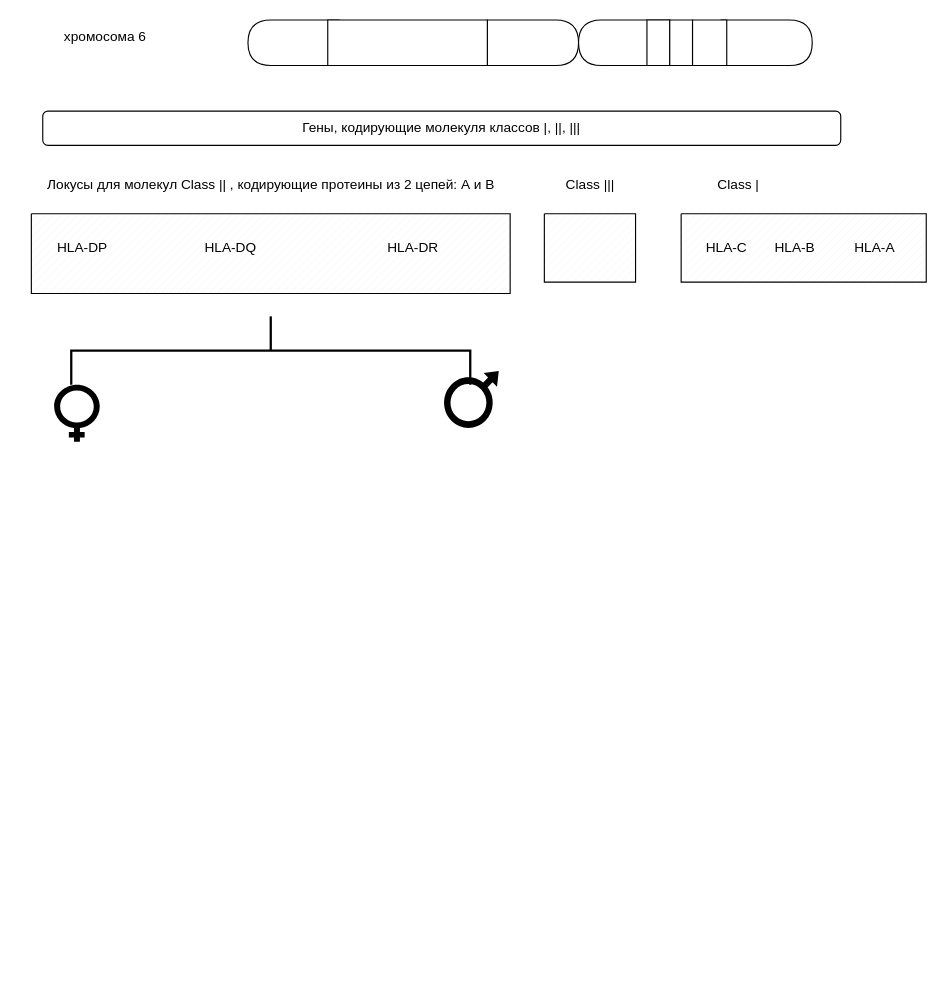
This is HLA-cells.drawio from lissa3/menubar, a draw.io file, before an edit. Source tidied: cells renumbered, new cells numbered last; positions are measured from the earlier drawing's top-left corner, leaving out a move shared by most shapes. Both pictures are drawn from the tidied source at 114%, with x=0, y=0 at pixel (31, 19).
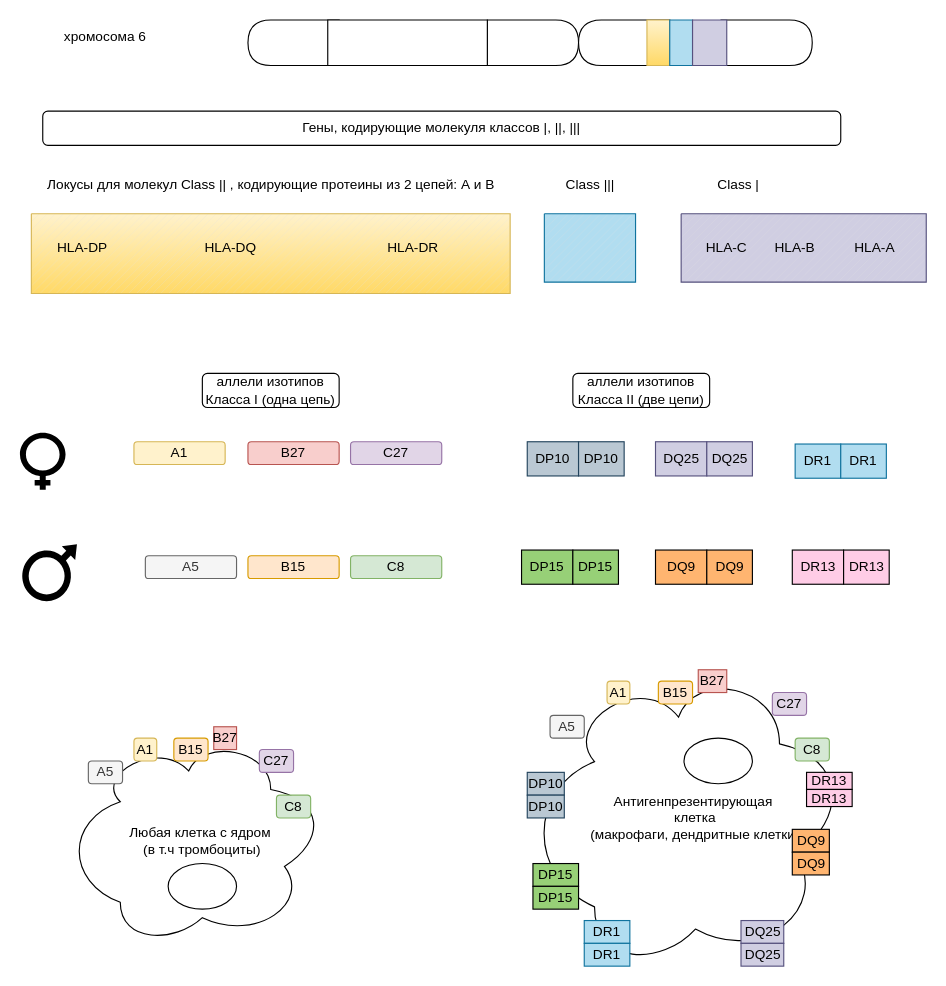
Above is the later version.

Diff of the diagram source:
```diff
@@
-    <mxCell id="2" style="verticalLabelPosition=bottom;verticalAlign=top;html=1;shape=mxgraph.basic.patternFillRect;fillStyle=diag;step=5;fillStrokeWidth=0.2;fillStrokeColor=#dddddd;" parent="1" vertex="1">
+    <mxCell id="2" style="verticalLabelPosition=bottom;verticalAlign=top;html=1;shape=mxgraph.basic.patternFillRect;fillStyle=diag;step=5;fillStrokeWidth=0.2;fillStrokeColor=#dddddd;fillColor=#fff2cc;gradientColor=#ffd966;strokeColor=#d6b656;" parent="1" vertex="1">
       <mxGeometry y="170" width="420" height="70" as="geometry" />
     </mxCell>
-    <mxCell id="3" style="verticalLabelPosition=bottom;verticalAlign=top;html=1;shape=mxgraph.basic.patternFillRect;fillStyle=diag;step=5;fillStrokeWidth=0.2;fillStrokeColor=#dddddd;" parent="1" vertex="1">
+    <mxCell id="3" style="verticalLabelPosition=bottom;verticalAlign=top;html=1;shape=mxgraph.basic.patternFillRect;fillStyle=diag;step=5;fillStrokeWidth=0.2;fillStrokeColor=#dddddd;fillColor=#b1ddf0;strokeColor=#10739e;" parent="1" vertex="1">
       <mxGeometry x="450" y="170" width="80" height="60" as="geometry" />
     </mxCell>
-    <mxCell id="4" style="verticalLabelPosition=bottom;verticalAlign=top;html=1;shape=mxgraph.basic.patternFillRect;fillStyle=diag;step=5;fillStrokeWidth=0.2;fillStrokeColor=#dddddd;" parent="1" vertex="1">
+    <mxCell id="4" style="verticalLabelPosition=bottom;verticalAlign=top;html=1;shape=mxgraph.basic.patternFillRect;fillStyle=diag;step=5;fillStrokeWidth=0.2;fillStrokeColor=#dddddd;fillColor=#d0cee2;strokeColor=#56517e;" parent="1" vertex="1">
       <mxGeometry x="570" y="170" width="215" height="60" as="geometry" />
     </mxCell>
@@
-    <mxCell id="21" style="verticalLabelPosition=bottom;verticalAlign=top;html=1;shape=mxgraph.basic.rect;fillColor2=none;strokeWidth=1;size=20;indent=5;" parent="1" vertex="1">
+    <mxCell id="21" style="verticalLabelPosition=bottom;verticalAlign=top;html=1;shape=mxgraph.basic.rect;fillColor2=none;strokeWidth=1;size=20;indent=5;fillColor=#fff2cc;gradientColor=#ffd966;strokeColor=#d6b656;" parent="1" vertex="1">
       <mxGeometry x="540" width="20" height="40" as="geometry" />
     </mxCell>
-    <mxCell id="22" style="verticalLabelPosition=bottom;verticalAlign=top;html=1;shape=mxgraph.basic.rect;fillColor2=none;strokeWidth=1;size=20;indent=5;" parent="1" vertex="1">
+    <mxCell id="22" style="verticalLabelPosition=bottom;verticalAlign=top;html=1;shape=mxgraph.basic.rect;fillColor2=none;strokeWidth=1;size=20;indent=5;fillColor=#b1ddf0;strokeColor=#10739e;" parent="1" vertex="1">
       <mxGeometry x="560" width="20" height="40" as="geometry" />
     </mxCell>
-    <mxCell id="23" style="verticalLabelPosition=bottom;verticalAlign=top;html=1;shape=mxgraph.basic.rect;fillColor2=none;strokeWidth=1;size=20;indent=5;" parent="1" vertex="1">
+    <mxCell id="23" style="verticalLabelPosition=bottom;verticalAlign=top;html=1;shape=mxgraph.basic.rect;fillColor2=none;strokeWidth=1;size=20;indent=5;fillColor=#d0cee2;strokeColor=#56517e;" parent="1" vertex="1">
       <mxGeometry x="580" width="30" height="40" as="geometry" />
     </mxCell>
-    <mxCell id="24" style="strokeWidth=2;html=1;shape=mxgraph.flowchart.annotation_2;align=left;labelPosition=right;direction=south;" parent="1" vertex="1">
-      <mxGeometry x="35" y="260" width="350" height="60" as="geometry" />
-    </mxCell>
     <mxCell id="25" style="shape=mxgraph.signs.people.female;html=1;fillColor=#000000;strokeColor=none;verticalLabelPosition=bottom;verticalAlign=top;align=center;" parent="1" vertex="1">
-      <mxGeometry x="20" y="320" width="40" height="50" as="geometry" />
+      <mxGeometry x="-10" y="362" width="40" height="50" as="geometry" />
     </mxCell>
     <mxCell id="26" style="shape=mxgraph.signs.people.male;html=1;fillColor=#000000;strokeColor=none;verticalLabelPosition=bottom;verticalAlign=top;align=center;" parent="1" vertex="1">
-      <mxGeometry x="360" y="308" width="50" height="52" as="geometry" />
+      <mxGeometry x="-10" y="460" width="50" height="52" as="geometry" />
     </mxCell>
+    <mxCell id="27" value="A1" style="rounded=1;whiteSpace=wrap;html=1;fillColor=#fff2cc;strokeColor=#d6b656;" parent="1" vertex="1">
+      <mxGeometry x="90" y="370" width="80" height="20" as="geometry" />
+    </mxCell>
+    <mxCell id="28" value="B27" style="rounded=1;whiteSpace=wrap;html=1;fillColor=#f8cecc;strokeColor=#b85450;" parent="1" vertex="1">
+      <mxGeometry x="190" y="370" width="80" height="20" as="geometry" />
+    </mxCell>
+    <mxCell id="29" value="C27" style="rounded=1;whiteSpace=wrap;html=1;fillColor=#e1d5e7;strokeColor=#9673a6;" parent="1" vertex="1">
+      <mxGeometry x="280" y="370" width="80" height="20" as="geometry" />
+    </mxCell>
+    <mxCell id="30" value="C8" style="rounded=1;whiteSpace=wrap;html=1;fillColor=#d5e8d4;strokeColor=#82b366;" parent="1" vertex="1">
+      <mxGeometry x="280" y="470" width="80" height="20" as="geometry" />
+    </mxCell>
+    <mxCell id="31" value="B15" style="rounded=1;whiteSpace=wrap;html=1;fillColor=#ffe6cc;strokeColor=#d79b00;" parent="1" vertex="1">
+      <mxGeometry x="190" y="470" width="80" height="20" as="geometry" />
+    </mxCell>
+    <mxCell id="32" value="A5" style="rounded=1;whiteSpace=wrap;html=1;fillColor=#f5f5f5;fontColor=#333333;strokeColor=#666666;" parent="1" vertex="1">
+      <mxGeometry x="100" y="470" width="80" height="20" as="geometry" />
+    </mxCell>
+    <mxCell id="33" value="аллели изотипов Класса I (одна цепь)" style="rounded=1;whiteSpace=wrap;html=1;" parent="1" vertex="1">
+      <mxGeometry x="150" y="310" width="120" height="30" as="geometry" />
+    </mxCell>
+    <mxCell id="34" value="DQ25" style="rounded=0;whiteSpace=wrap;html=1;fillColor=#d0cee2;strokeColor=#56517e;" parent="1" vertex="1">
+      <mxGeometry x="547.5" y="370" width="45" height="30" as="geometry" />
+    </mxCell>
+    <mxCell id="35" value="DQ25" style="rounded=0;whiteSpace=wrap;html=1;fillColor=#d0cee2;strokeColor=#56517e;" parent="1" vertex="1">
+      <mxGeometry x="592.5" y="370" width="40" height="30" as="geometry" />
+    </mxCell>
+    <mxCell id="36" value="DR1" style="rounded=0;whiteSpace=wrap;html=1;fillColor=#b1ddf0;strokeColor=#10739e;" parent="1" vertex="1">
+      <mxGeometry x="670" y="372" width="40" height="30" as="geometry" />
+    </mxCell>
+    <mxCell id="37" value="DR1" style="rounded=0;whiteSpace=wrap;html=1;fillColor=#b1ddf0;strokeColor=#10739e;" parent="1" vertex="1">
+      <mxGeometry x="710" y="372" width="40" height="30" as="geometry" />
+    </mxCell>
+    <mxCell id="38" value="DP10" style="rounded=0;whiteSpace=wrap;html=1;fillColor=#bac8d3;strokeColor=#23445d;" parent="1" vertex="1">
+      <mxGeometry x="435" y="370" width="45" height="30" as="geometry" />
+    </mxCell>
+    <mxCell id="39" value="DP10" style="rounded=0;whiteSpace=wrap;html=1;fillColor=#bac8d3;strokeColor=#23445d;" parent="1" vertex="1">
+      <mxGeometry x="480" y="370" width="40" height="30" as="geometry" />
+    </mxCell>
+    <mxCell id="40" value="DP15" style="rounded=0;whiteSpace=wrap;html=1;fillColor=#97D077;" parent="1" vertex="1">
+      <mxGeometry x="430" y="465" width="45" height="30" as="geometry" />
+    </mxCell>
+    <mxCell id="41" value="DP15" style="rounded=0;whiteSpace=wrap;html=1;fillColor=#97D077;" parent="1" vertex="1">
+      <mxGeometry x="475" y="465" width="40" height="30" as="geometry" />
+    </mxCell>
+    <mxCell id="42" value="DQ9" style="rounded=0;whiteSpace=wrap;html=1;fillColor=#FFB570;" parent="1" vertex="1">
+      <mxGeometry x="547.5" y="465" width="45" height="30" as="geometry" />
+    </mxCell>
+    <mxCell id="43" value="DQ9" style="rounded=0;whiteSpace=wrap;html=1;fillColor=#FFB570;" parent="1" vertex="1">
+      <mxGeometry x="592.5" y="465" width="40" height="30" as="geometry" />
+    </mxCell>
+    <mxCell id="44" value="DR13" style="rounded=0;whiteSpace=wrap;html=1;fillColor=#FFCCE6;" parent="1" vertex="1">
+      <mxGeometry x="667.5" y="465" width="45" height="30" as="geometry" />
+    </mxCell>
+    <mxCell id="45" value="DR13" style="rounded=0;whiteSpace=wrap;html=1;fillColor=#FFCCE6;" parent="1" vertex="1">
+      <mxGeometry x="712.5" y="465" width="40" height="30" as="geometry" />
+    </mxCell>
+    <mxCell id="46" value="аллели изотипов Класса II (две цепи)" style="rounded=1;whiteSpace=wrap;html=1;" parent="1" vertex="1">
+      <mxGeometry x="475" y="310" width="120" height="30" as="geometry" />
+    </mxCell>
+    <mxCell id="47" value="Любая клетка с ядром&amp;nbsp;&lt;div&gt;(в т.ч тромбоциты)&lt;/div&gt;" style="ellipse;shape=cloud;whiteSpace=wrap;html=1;direction=south;" parent="1" vertex="1">
+      <mxGeometry x="30" y="630" width="240" height="180" as="geometry" />
+    </mxCell>
+    <mxCell id="48" value="Антигенпрезентирующая&amp;nbsp;&lt;div&gt;клетка&lt;/div&gt;&lt;div&gt;(макрофаги, дендритные клетки)&lt;/div&gt;" style="ellipse;shape=cloud;whiteSpace=wrap;html=1;direction=south;" parent="1" vertex="1">
+      <mxGeometry x="435" y="570" width="295" height="260" as="geometry" />
+    </mxCell>
+    <mxCell id="49" style="ellipse;whiteSpace=wrap;html=1;" parent="1" vertex="1">
+      <mxGeometry x="572.5" y="630" width="60" height="40" as="geometry" />
+    </mxCell>
+    <mxCell id="50" style="ellipse;whiteSpace=wrap;html=1;" parent="1" vertex="1">
+      <mxGeometry x="120" y="740" width="60" height="40" as="geometry" />
+    </mxCell>
+    <mxCell id="51" value="A1" style="rounded=1;whiteSpace=wrap;html=1;fillColor=#fff2cc;strokeColor=#d6b656;" parent="1" vertex="1">
+      <mxGeometry x="90" y="630" width="20" height="20" as="geometry" />
+    </mxCell>
+    <mxCell id="52" value="A1" style="rounded=1;whiteSpace=wrap;html=1;fillColor=#fff2cc;strokeColor=#d6b656;" parent="1" vertex="1">
+      <mxGeometry x="505" y="580" width="20" height="20" as="geometry" />
+    </mxCell>
+    <mxCell id="53" value="B27" style="rounded=1;whiteSpace=wrap;html=1;fillColor=#f8cecc;strokeColor=#b85450;arcSize=0;" parent="1" vertex="1">
+      <mxGeometry x="160" y="620" width="20" height="20" as="geometry" />
+    </mxCell>
+    <mxCell id="54" value="B27" style="rounded=1;whiteSpace=wrap;html=1;fillColor=#f8cecc;strokeColor=#b85450;arcSize=0;" parent="1" vertex="1">
+      <mxGeometry x="585" y="570" width="25" height="20" as="geometry" />
+    </mxCell>
+    <mxCell id="55" value="C27" style="rounded=1;whiteSpace=wrap;html=1;fillColor=#e1d5e7;strokeColor=#9673a6;" parent="1" vertex="1">
+      <mxGeometry x="200" y="640" width="30" height="20" as="geometry" />
+    </mxCell>
+    <mxCell id="56" value="C27" style="rounded=1;whiteSpace=wrap;html=1;fillColor=#e1d5e7;strokeColor=#9673a6;" parent="1" vertex="1">
+      <mxGeometry x="650" y="590" width="30" height="20" as="geometry" />
+    </mxCell>
+    <mxCell id="57" value="A5" style="rounded=1;whiteSpace=wrap;html=1;fillColor=#f5f5f5;fontColor=#333333;strokeColor=#666666;" parent="1" vertex="1">
+      <mxGeometry x="50" y="650" width="30" height="20" as="geometry" />
+    </mxCell>
+    <mxCell id="58" value="A5" style="rounded=1;whiteSpace=wrap;html=1;fillColor=#f5f5f5;fontColor=#333333;strokeColor=#666666;" parent="1" vertex="1">
+      <mxGeometry x="455" y="610" width="30" height="20" as="geometry" />
+    </mxCell>
+    <mxCell id="59" value="B15" style="rounded=1;whiteSpace=wrap;html=1;fillColor=#ffe6cc;strokeColor=#d79b00;" parent="1" vertex="1">
+      <mxGeometry x="125" y="630" width="30" height="20" as="geometry" />
+    </mxCell>
+    <mxCell id="60" value="B15" style="rounded=1;whiteSpace=wrap;html=1;fillColor=#ffe6cc;strokeColor=#d79b00;" parent="1" vertex="1">
+      <mxGeometry x="550" y="580" width="30" height="20" as="geometry" />
+    </mxCell>
+    <mxCell id="61" value="C8" style="rounded=1;whiteSpace=wrap;html=1;fillColor=#d5e8d4;strokeColor=#82b366;" parent="1" vertex="1">
+      <mxGeometry x="215" y="680" width="30" height="20" as="geometry" />
+    </mxCell>
+    <mxCell id="62" value="C8" style="rounded=1;whiteSpace=wrap;html=1;fillColor=#d5e8d4;strokeColor=#82b366;" parent="1" vertex="1">
+      <mxGeometry x="670" y="630" width="30" height="20" as="geometry" />
+    </mxCell>
+    <mxCell id="63" value="DP10" style="rounded=0;whiteSpace=wrap;html=1;fillColor=#bac8d3;strokeColor=#23445d;" parent="1" vertex="1">
+      <mxGeometry x="435" y="660" width="32.5" height="20" as="geometry" />
+    </mxCell>
+    <mxCell id="64" value="DP10" style="rounded=0;whiteSpace=wrap;html=1;fillColor=#bac8d3;strokeColor=#23445d;" parent="1" vertex="1">
+      <mxGeometry x="435" y="680" width="32.5" height="20" as="geometry" />
+    </mxCell>
+    <mxCell id="65" value="DP15" style="rounded=0;whiteSpace=wrap;html=1;fillColor=#97D077;" parent="1" vertex="1">
+      <mxGeometry x="440" y="740" width="40" height="20" as="geometry" />
+    </mxCell>
+    <mxCell id="66" value="DP15" style="rounded=0;whiteSpace=wrap;html=1;fillColor=#97D077;" parent="1" vertex="1">
+      <mxGeometry x="440" y="760" width="40" height="20" as="geometry" />
+    </mxCell>
+    <mxCell id="67" value="DQ9" style="rounded=0;whiteSpace=wrap;html=1;fillColor=#FFB570;" parent="1" vertex="1">
+      <mxGeometry x="667.5" y="710" width="32.5" height="20" as="geometry" />
+    </mxCell>
+    <mxCell id="68" value="DQ9" style="rounded=0;whiteSpace=wrap;html=1;fillColor=#FFB570;" parent="1" vertex="1">
+      <mxGeometry x="667.5" y="730" width="32.5" height="20" as="geometry" />
+    </mxCell>
+    <mxCell id="69" value="DQ25" style="rounded=0;whiteSpace=wrap;html=1;fillColor=#d0cee2;strokeColor=#56517e;" parent="1" vertex="1">
+      <mxGeometry x="622.5" y="790" width="37.5" height="20" as="geometry" />
+    </mxCell>
+    <mxCell id="70" value="DQ25" style="rounded=0;whiteSpace=wrap;html=1;fillColor=#d0cee2;strokeColor=#56517e;" parent="1" vertex="1">
+      <mxGeometry x="622.5" y="810" width="37.5" height="20" as="geometry" />
+    </mxCell>
+    <mxCell id="71" value="DR1" style="rounded=0;whiteSpace=wrap;html=1;fillColor=#b1ddf0;strokeColor=#10739e;" parent="1" vertex="1">
+      <mxGeometry x="485" y="790" width="40" height="20" as="geometry" />
+    </mxCell>
+    <mxCell id="72" value="DR1" style="rounded=0;whiteSpace=wrap;html=1;fillColor=#b1ddf0;strokeColor=#10739e;" parent="1" vertex="1">
+      <mxGeometry x="485" y="810" width="40" height="20" as="geometry" />
+    </mxCell>
+    <mxCell id="73" value="DR13" style="rounded=0;whiteSpace=wrap;html=1;fillColor=#FFCCE6;" parent="1" vertex="1">
+      <mxGeometry x="680" y="660" width="40" height="15" as="geometry" />
+    </mxCell>
+    <mxCell id="74" value="DR13" style="rounded=0;whiteSpace=wrap;html=1;fillColor=#FFCCE6;" parent="1" vertex="1">
+      <mxGeometry x="680" y="675" width="40" height="15" as="geometry" />
+    </mxCell>
```
